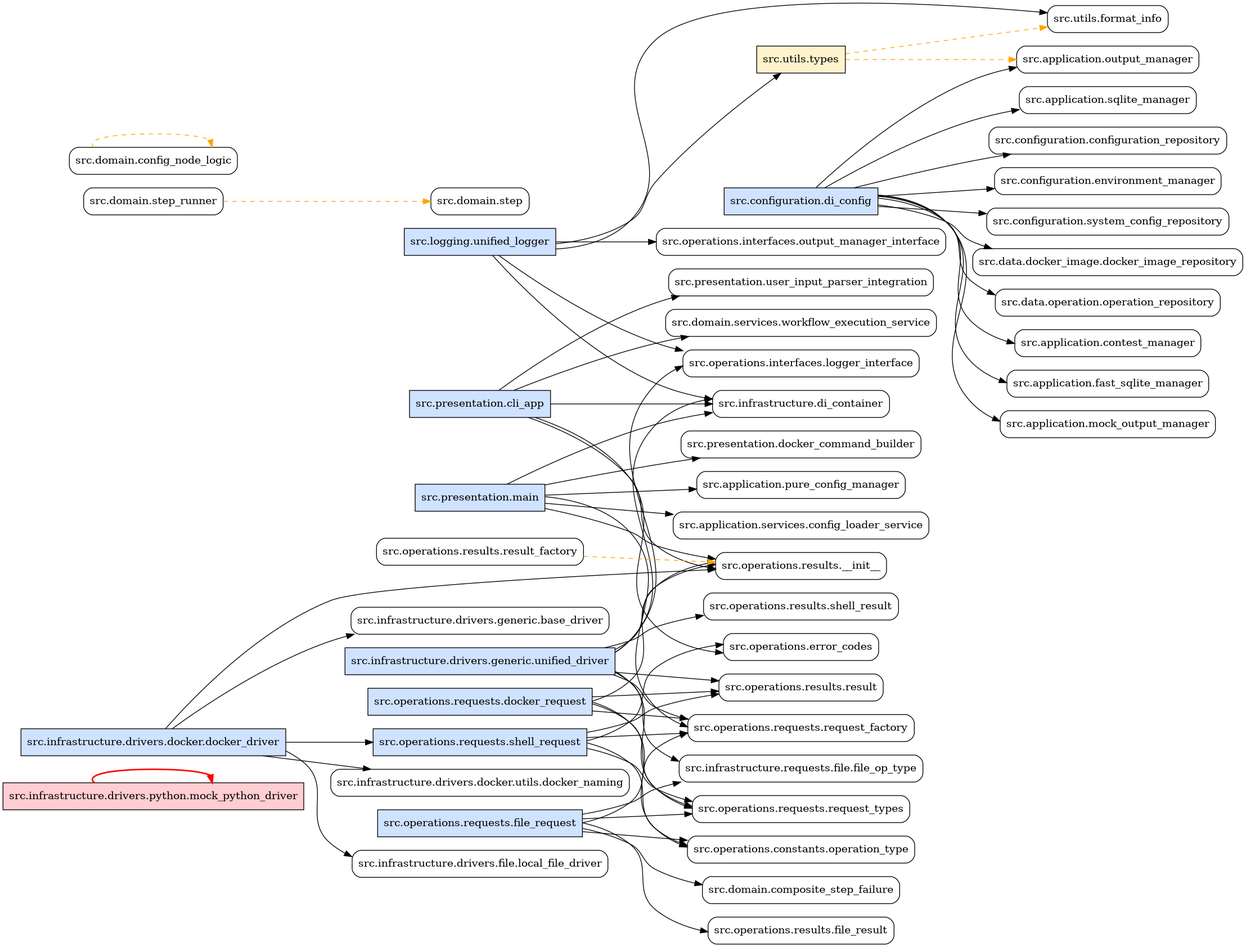
Before: src_check/dependency_graph.png, a diagram exported from Graphviz (sugipamo/project-cph). Its source is kept beside it as src_check/dependency_graph.dot.
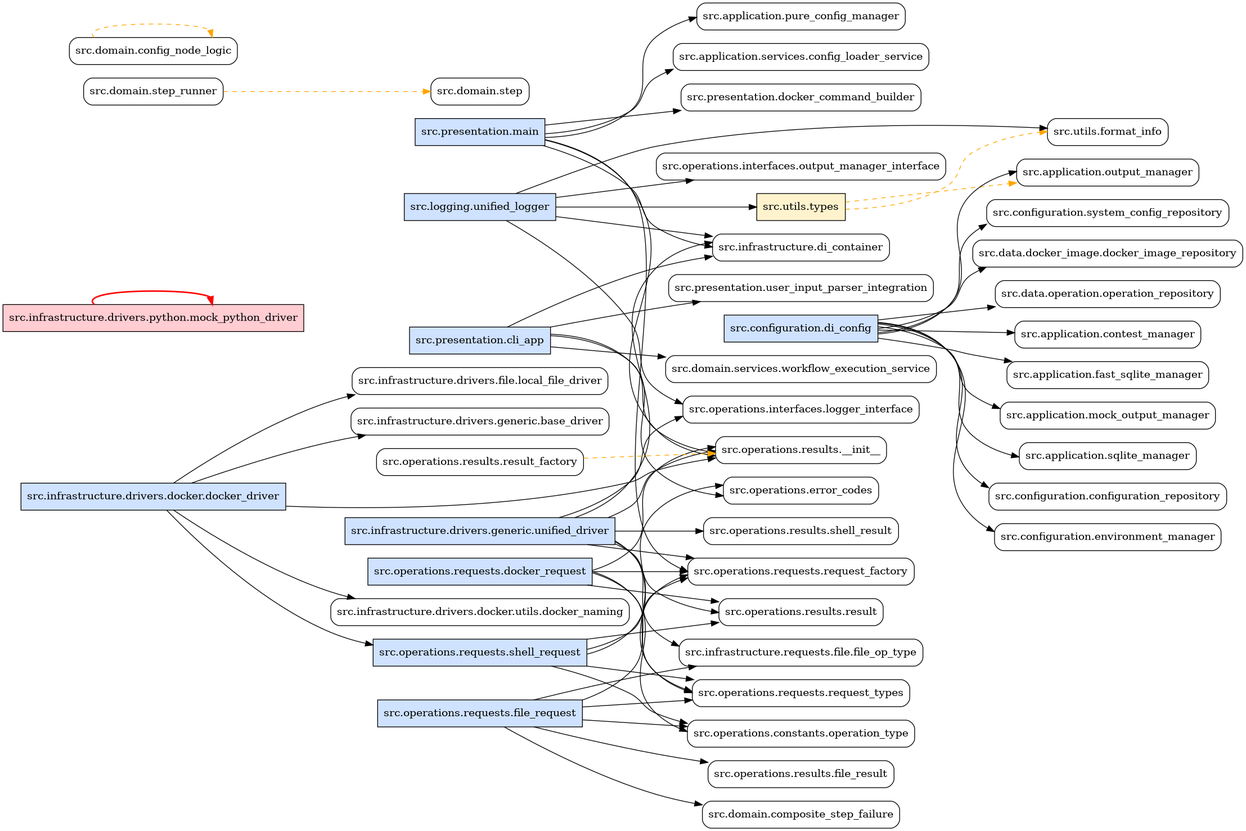
After the commit.

The edit, as a diff of the source:
```diff
@@ -2,17 +2,17 @@
   rankdir=LR;
   node [shape=box, style=rounded];
 
+  "src.operations.requests.shell_request" [fillcolor="#cfe2ff", style=filled];
+  "src.utils.types" [fillcolor="#fff3cd", style=filled];
+  "src.presentation.cli_app" [fillcolor="#cfe2ff", style=filled];
+  "src.configuration.di_config" [fillcolor="#cfe2ff", style=filled];
+  "src.presentation.main" [fillcolor="#cfe2ff", style=filled];
   "src.infrastructure.drivers.python.mock_python_driver" [fillcolor="#ffcdd2", style=filled];
-  "src.configuration.di_config" [fillcolor="#cfe2ff", style=filled];
-  "src.operations.requests.shell_request" [fillcolor="#cfe2ff", style=filled];
   "src.infrastructure.drivers.generic.unified_driver" [fillcolor="#cfe2ff", style=filled];
   "src.operations.requests.file_request" [fillcolor="#cfe2ff", style=filled];
-  "src.presentation.cli_app" [fillcolor="#cfe2ff", style=filled];
-  "src.presentation.main" [fillcolor="#cfe2ff", style=filled];
+  "src.logging.unified_logger" [fillcolor="#cfe2ff", style=filled];
   "src.operations.requests.docker_request" [fillcolor="#cfe2ff", style=filled];
-  "src.logging.unified_logger" [fillcolor="#cfe2ff", style=filled];
   "src.infrastructure.drivers.docker.docker_driver" [fillcolor="#cfe2ff", style=filled];
-  "src.utils.types" [fillcolor="#fff3cd", style=filled];
 
   "src.presentation.main" -> "src.application.pure_config_manager";
   "src.presentation.main" -> "src.application.services.config_loader_service";
```
